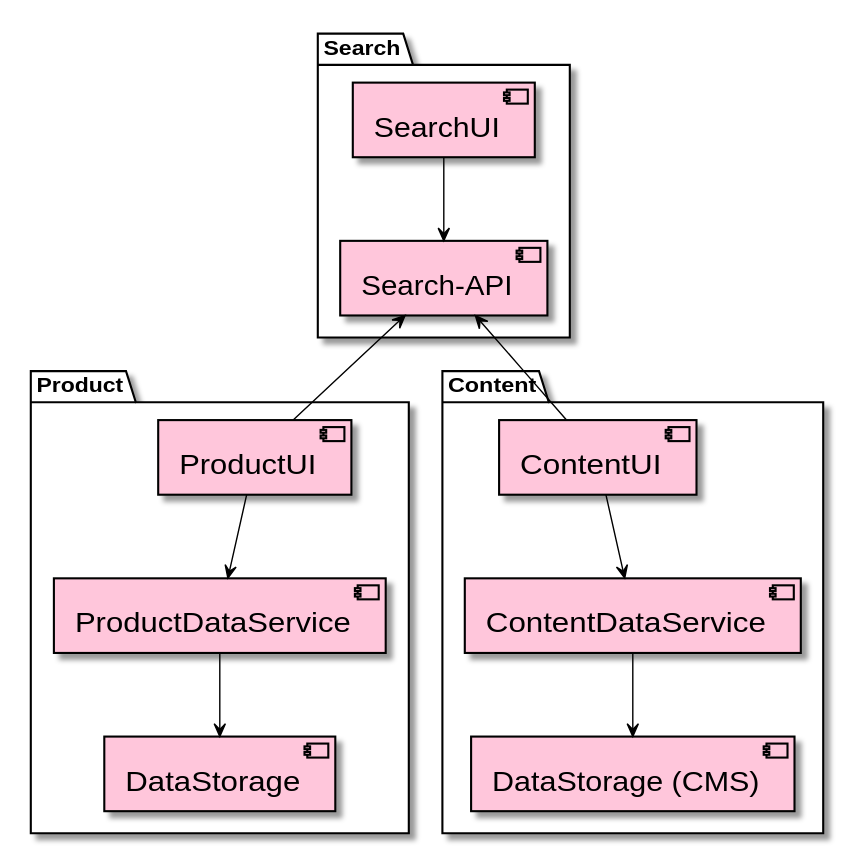
denise-schaefer/micro-frontends keeps this PlantUML diagram as slides/demo/.demoit/images/bounded-context-small.svg. Above is the earlier version. The source it was exported from:
```plantuml
@startuml
skinparam componentStyle uml2

skinparam component {
  BorderColor black
  BackgroundColor #FFC6DB
  ArrowColor black
  FontSize 20
}

package "Search" {
  [SearchUI]
  [Search-API]
}

package "Product" {
  [ProductUI]
  [ProductDataService]
  [DataStorage]
}

package "Content" {
  [ContentUI]
  [ContentDataService]
  [DataStorage (CMS)]
}

[ContentUI] --> [ContentDataService]
[ContentDataService] -->  [DataStorage (CMS)]

[ProductUI] -->  [ProductDataService]
[ProductDataService] --> [DataStorage]

[SearchUI] --> [Search-API]
[Search-API] <-- [ContentUI]
[Search-API] <-- [ProductUI]
@enduml
```
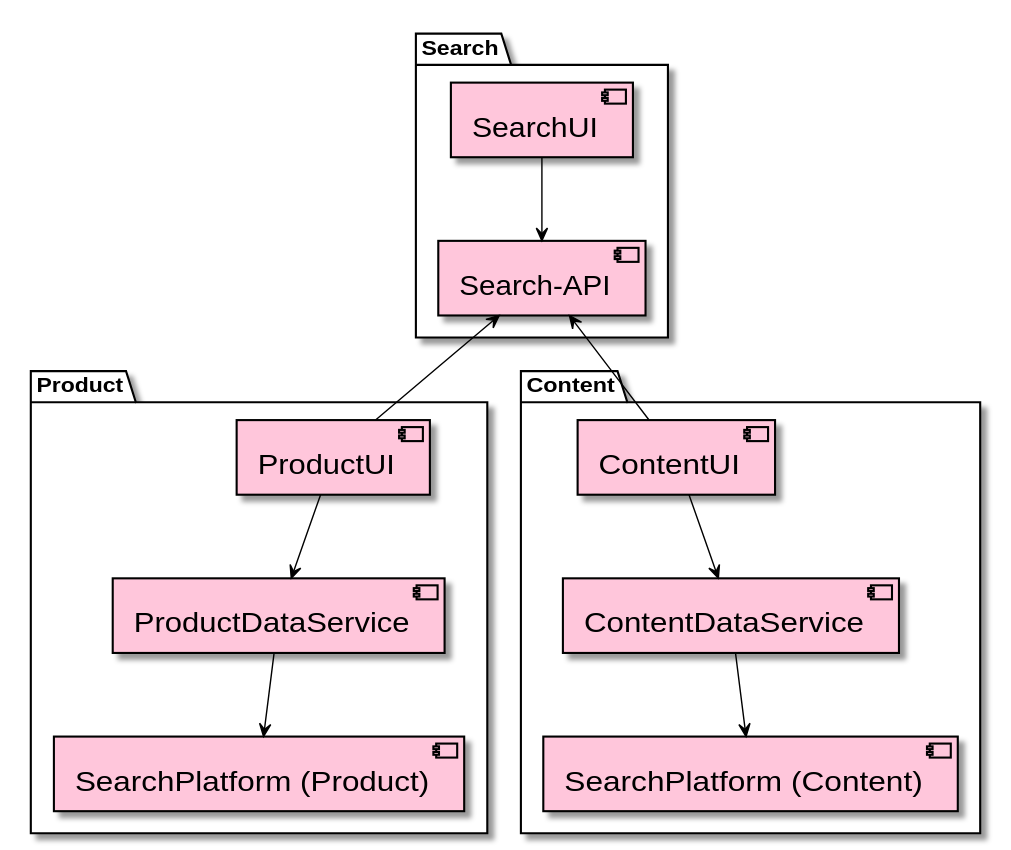
After the change.

Change to the diagram source:
```diff
@@ -16,20 +16,20 @@
 package "Product" {
   [ProductUI]
   [ProductDataService]
-  [DataStorage]
+  [SearchPlatform (Product)]
 }
 
 package "Content" {
   [ContentUI]
   [ContentDataService]
-  [DataStorage (CMS)]
+  [SearchPlatform (Content)]
 }
 
 [ContentUI] --> [ContentDataService]
-[ContentDataService] -->  [DataStorage (CMS)]
+[ContentDataService] -->  [SearchPlatform (Content)]
 
 [ProductUI] -->  [ProductDataService]
-[ProductDataService] --> [DataStorage]
+[ProductDataService] --> [SearchPlatform (Product)]
 
 [SearchUI] --> [Search-API]
 [Search-API] <-- [ContentUI]
```
